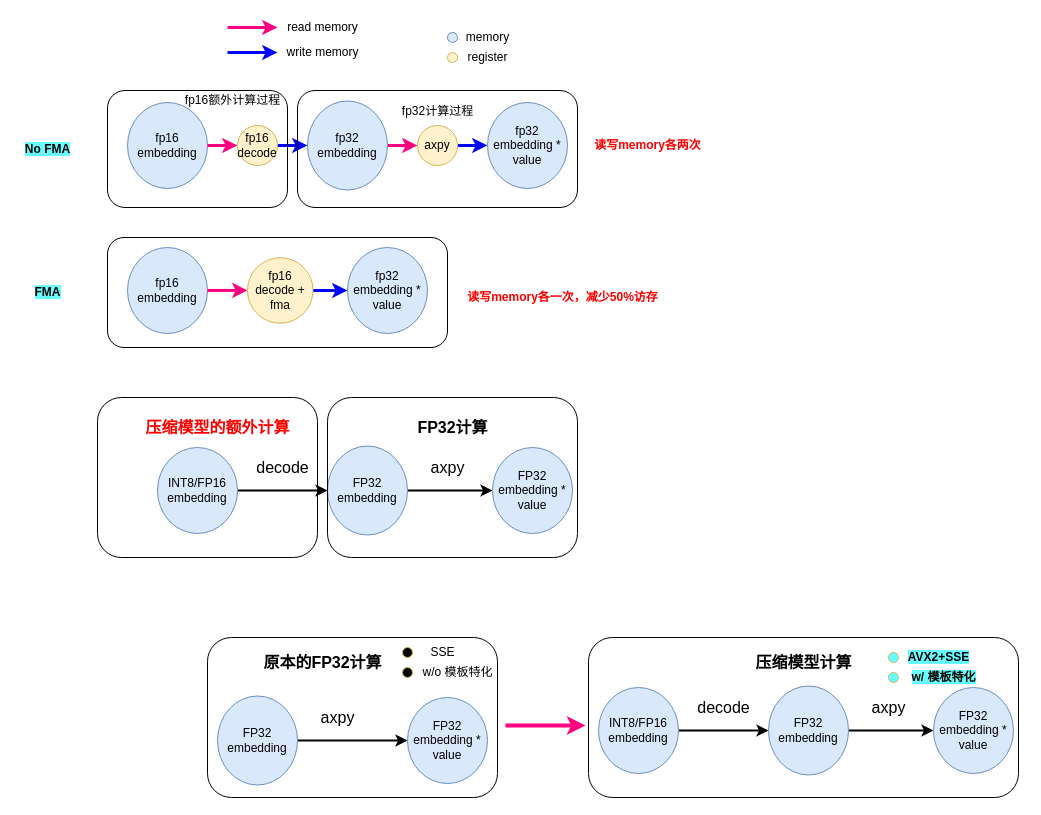
Earlier version of the draw.io diagram Build Input.drawio (111qqz/2018FALL). Source tidied: cells renumbered, new cells numbered last; positions are measured from the earlier drawing's top-left corner, leaving out a move shared by most shapes. Both pictures are drawn from the tidied source at 100%, with x=0, y=0 at pixel (17, 17).
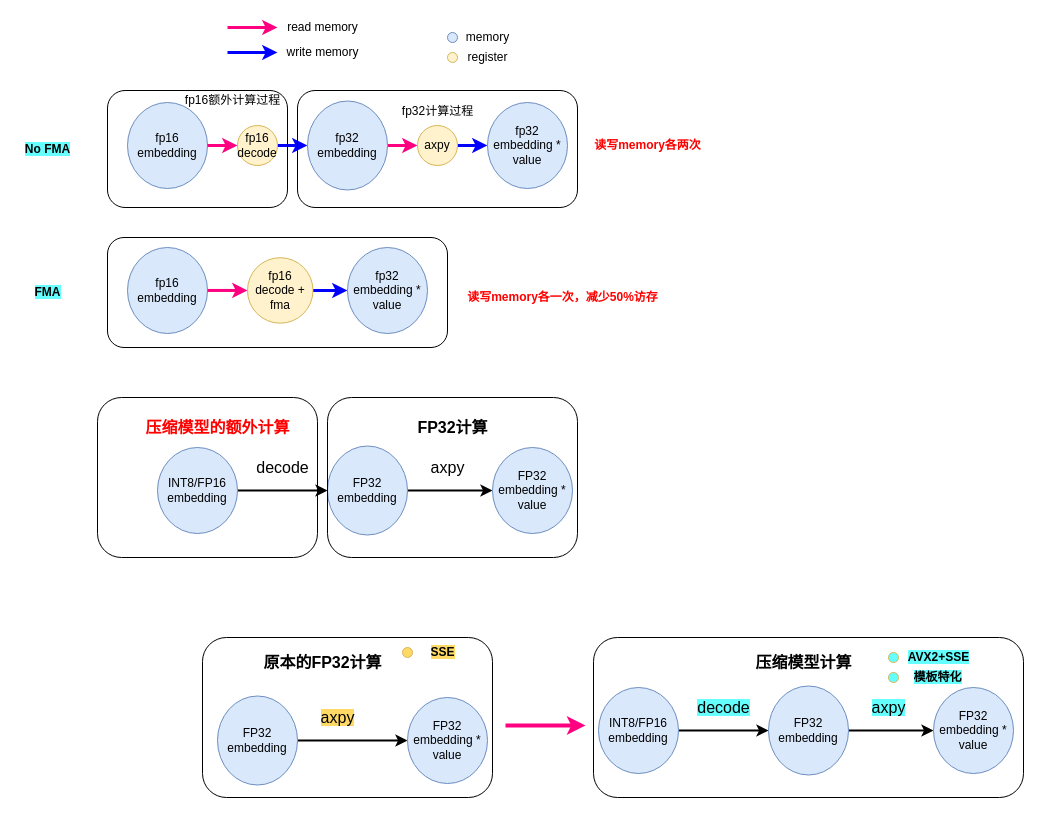
The same page after the edit.

What changed in the source:
```diff
@@
-    <mxCell id="47" value="axpy" style="text;html=1;align=center;verticalAlign=middle;strokeColor=none;fillColor=none;fontSize=16;fontColor=#000000;" parent="1" vertex="1">
+    <mxCell id="47" value="&lt;span style=&quot;background-color: rgb(255 , 217 , 102)&quot;&gt;axpy&lt;/span&gt;" style="text;html=1;align=center;verticalAlign=middle;strokeColor=none;fillColor=none;fontSize=16;fontColor=#000000;" parent="1" vertex="1">
       <mxGeometry x="295" y="690" width="50" height="20" as="geometry" />
     </mxCell>
     <mxCell id="48" style="rounded=1;whiteSpace=wrap;html=1;fillColor=none;" parent="1" vertex="1">
-      <mxGeometry x="190" y="620" width="290" height="160" as="geometry" />
+      <mxGeometry x="185" y="620" width="290" height="160" as="geometry" />
     </mxCell>
@@
-    <mxCell id="50" value="SSE" style="text;html=1;align=center;verticalAlign=middle;strokeColor=none;fillColor=none;" parent="1" vertex="1">
+    <mxCell id="50" value="&lt;span style=&quot;background-color: rgb(255 , 217 , 102)&quot;&gt;&lt;b&gt;SSE&lt;/b&gt;&lt;/span&gt;" style="text;html=1;align=center;verticalAlign=middle;strokeColor=none;fillColor=none;" parent="1" vertex="1">
       <mxGeometry x="405" y="625" width="40" height="20" as="geometry" />
     </mxCell>
-    <mxCell id="51" style="ellipse;whiteSpace=wrap;html=1;fillColor=#000000;strokeColor=#d6b656;" parent="1" vertex="1">
-      <mxGeometry x="385" y="650" width="10" height="10" as="geometry" />
-    </mxCell>
-    <mxCell id="52" value="w/o 模板特化" style="text;html=1;align=center;verticalAlign=middle;strokeColor=none;fillColor=none;" parent="1" vertex="1">
-      <mxGeometry x="395" y="645" width="90" height="20" as="geometry" />
-    </mxCell>
-    <mxCell id="53" style="ellipse;whiteSpace=wrap;html=1;fillColor=#000000;strokeColor=#d6b656;" parent="1" vertex="1">
+    <mxCell id="53" style="ellipse;whiteSpace=wrap;html=1;fillColor=#FFD966;strokeColor=#d6b656;" parent="1" vertex="1">
       <mxGeometry x="385" y="630" width="10" height="10" as="geometry" />
     </mxCell>
@@
-    <mxCell id="59" value="decode" style="text;html=1;align=center;verticalAlign=middle;strokeColor=none;fillColor=none;fontSize=16;fontColor=#000000;" parent="1" vertex="1">
+    <mxCell id="59" value="&lt;span style=&quot;background-color: rgb(102 , 255 , 255)&quot;&gt;decode&lt;/span&gt;" style="text;html=1;align=center;verticalAlign=middle;strokeColor=none;fillColor=none;fontSize=16;fontColor=#000000;" parent="1" vertex="1">
       <mxGeometry x="671" y="680" width="70" height="20" as="geometry" />
     </mxCell>
-    <mxCell id="60" value="axpy" style="text;html=1;align=center;verticalAlign=middle;strokeColor=none;fillColor=none;fontSize=16;fontColor=#000000;" parent="1" vertex="1">
+    <mxCell id="60" value="&lt;span style=&quot;background-color: rgb(102 , 255 , 255)&quot;&gt;axpy&lt;/span&gt;" style="text;html=1;align=center;verticalAlign=middle;strokeColor=none;fillColor=none;fontSize=16;fontColor=#000000;" parent="1" vertex="1">
       <mxGeometry x="846" y="680" width="50" height="20" as="geometry" />
     </mxCell>
     <mxCell id="61" style="rounded=1;whiteSpace=wrap;html=1;fillColor=none;" parent="1" vertex="1">
-      <mxGeometry x="571" y="620" width="430" height="160" as="geometry" />
+      <mxGeometry x="576" y="620" width="430" height="160" as="geometry" />
     </mxCell>
@@
-    <mxCell id="65" value="&lt;span style=&quot;background-color: rgb(102 , 255 , 255)&quot;&gt;&lt;b&gt;w/ 模板特化&lt;/b&gt;&lt;/span&gt;" style="text;html=1;align=center;verticalAlign=middle;strokeColor=none;fillColor=none;" parent="1" vertex="1">
-      <mxGeometry x="886" y="650" width="80" height="20" as="geometry" />
+    <mxCell id="65" value="&lt;span style=&quot;background-color: rgb(102 , 255 , 255)&quot;&gt;&lt;b&gt;模板特化&lt;/b&gt;&lt;/span&gt;" style="text;html=1;align=center;verticalAlign=middle;strokeColor=none;fillColor=none;" parent="1" vertex="1">
+      <mxGeometry x="890" y="650" width="60" height="20" as="geometry" />
     </mxCell>
```
